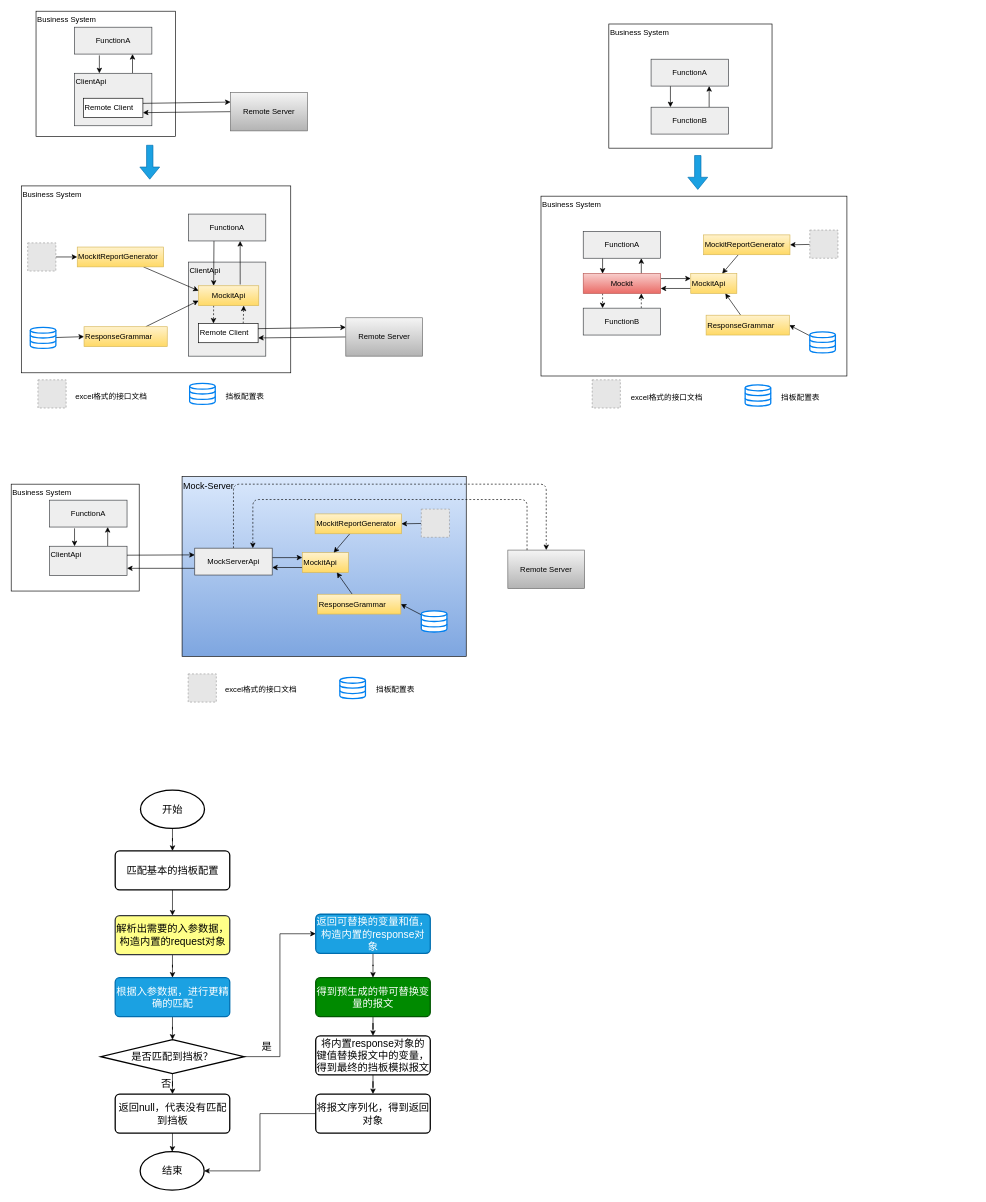
The draw.io diagram 挡板设计.drawio in staconfree/design, before the edit. Source tidied: cells renumbered, new cells numbered last; positions are measured from the earlier drawing's top-left corner, leaving out a move shared by most shapes. Both pictures are drawn from the tidied source at 64%, with x=0, y=0 at pixel (11, 11). Pictures stored in the file or linked from it are replaced by grey dashed boxes.
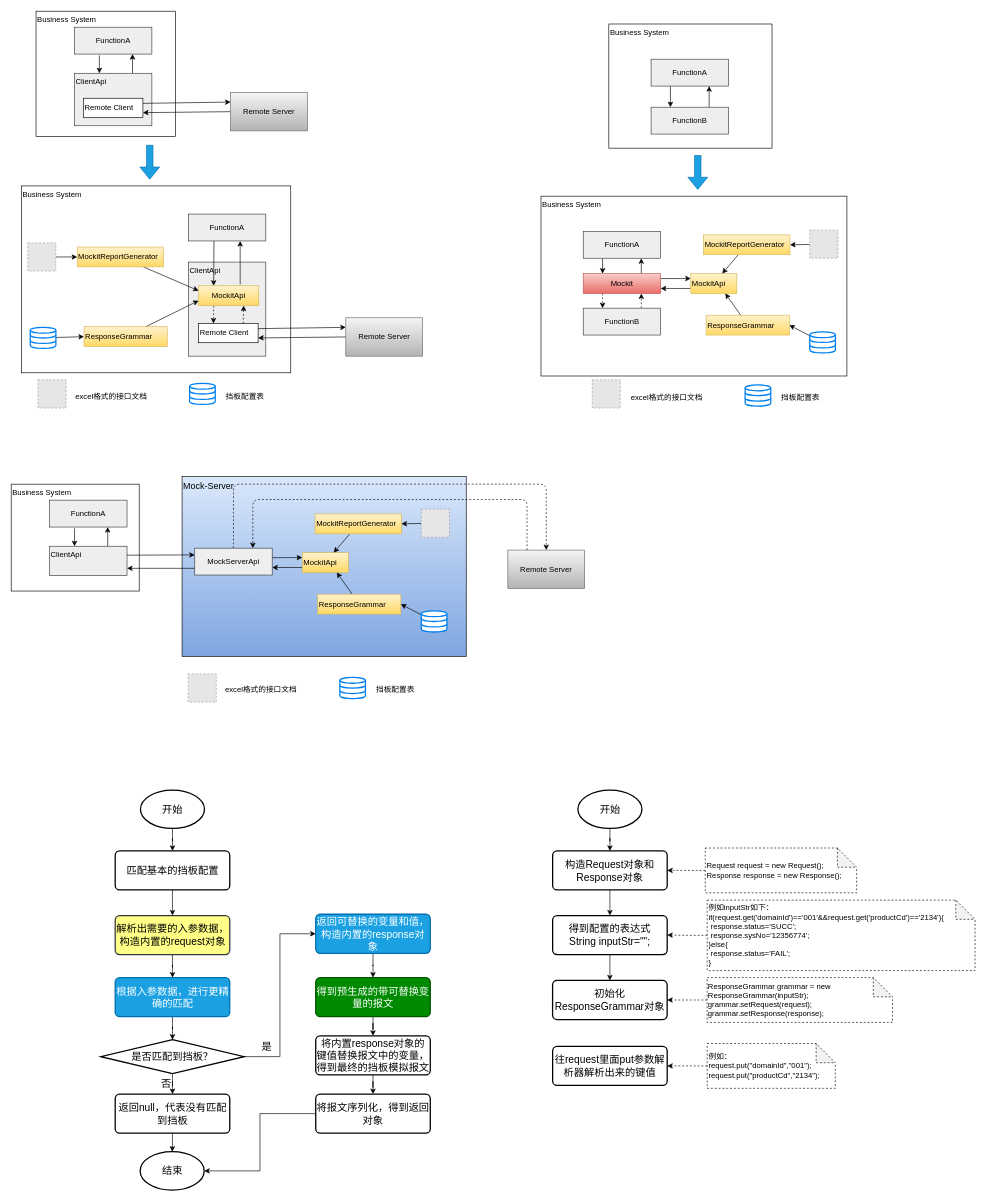
After the change.

Commit message (it also covers changes not shown here):
更新挡板设计.drawio

Change to the diagram source:
```diff
@@
+    <mxCell id="116" style="edgeStyle=orthogonalEdgeStyle;rounded=0;jettySize=auto;html=1;entryX=0.5;entryY=0;entryDx=0;entryDy=0;fontSize=16;" parent="1" edge="1" source="117" target="119">
+      <mxGeometry relative="1" as="geometry" />
+    </mxCell>
+    <mxCell id="117" value="开始" style="strokeWidth=2;html=1;shape=mxgraph.flowchart.start_1;whiteSpace=wrap;fontSize=16;" parent="1" vertex="1">
+      <mxGeometry x="885.5" y="1217" width="100" height="60" as="geometry" />
+    </mxCell>
+    <mxCell id="118" style="edgeStyle=orthogonalEdgeStyle;rounded=0;jettySize=auto;html=1;entryX=0.5;entryY=0;entryDx=0;entryDy=0;" parent="1" edge="1" source="119" target="121">
+      <mxGeometry relative="1" as="geometry" />
+    </mxCell>
+    <mxCell id="119" value="构造Request对象和Response对象&lt;br&gt;" style="rounded=1;whiteSpace=wrap;html=1;absoluteArcSize=1;arcSize=14;strokeWidth=2;fontSize=16;" parent="1" vertex="1">
+      <mxGeometry x="846" y="1312" width="179" height="61" as="geometry" />
+    </mxCell>
+    <mxCell id="120" style="edgeStyle=orthogonalEdgeStyle;rounded=0;jettySize=auto;html=1;entryX=0.5;entryY=0;entryDx=0;entryDy=0;" parent="1" edge="1" source="121" target="129">
+      <mxGeometry relative="1" as="geometry" />
+    </mxCell>
+    <mxCell id="121" value="得到配置的表达式&lt;br&gt;String inputStr=&quot;&quot;;" style="rounded=1;whiteSpace=wrap;html=1;absoluteArcSize=1;arcSize=14;strokeWidth=2;fontSize=16;" parent="1" vertex="1">
+      <mxGeometry x="846" y="1413" width="179" height="61" as="geometry" />
+    </mxCell>
+    <mxCell id="122" style="edgeStyle=orthogonalEdgeStyle;rounded=0;jettySize=auto;html=1;entryX=1;entryY=0.5;entryDx=0;entryDy=0;dashed=1;" parent="1" edge="1" source="123" target="121">
+      <mxGeometry relative="1" as="geometry" />
+    </mxCell>
+    <mxCell id="123" value="例如inputStr如下：&lt;br&gt;if(request.get('domainId')=='001'&amp;amp;&amp;amp;request.get('productCd')=='2134'){&lt;br&gt;&amp;nbsp;response.status='SUCC';&lt;br&gt;&amp;nbsp;response.sysNo='12356774';&lt;br&gt;}else{&lt;br&gt;&amp;nbsp;response.status='FAIL';&lt;br&gt;}" style="shape=note;whiteSpace=wrap;html=1;backgroundOutline=1;darkOpacity=0.05;dashed=1;align=left;" parent="1" vertex="1">
+      <mxGeometry x="1087.5" y="1389" width="418.5" height="110" as="geometry" />
+    </mxCell>
+    <mxCell id="124" style="edgeStyle=orthogonalEdgeStyle;rounded=0;jettySize=auto;html=1;entryX=1;entryY=0.5;entryDx=0;entryDy=0;dashed=1;" parent="1" edge="1" source="125" target="119">
+      <mxGeometry relative="1" as="geometry" />
+    </mxCell>
+    <mxCell id="125" value="Request request = new Request();&lt;br&gt;Response response = new Response();" style="shape=note;whiteSpace=wrap;html=1;backgroundOutline=1;darkOpacity=0.05;dashed=1;align=left;" parent="1" vertex="1">
+      <mxGeometry x="1084.5" y="1307.5" width="236.5" height="70" as="geometry" />
+    </mxCell>
+    <mxCell id="126" value="往request里面put参数解析器解析出来的键值&lt;br&gt;" style="rounded=1;whiteSpace=wrap;html=1;absoluteArcSize=1;arcSize=14;strokeWidth=2;fontSize=16;" parent="1" vertex="1">
+      <mxGeometry x="846" y="1617.5" width="179" height="61" as="geometry" />
+    </mxCell>
+    <mxCell id="127" style="edgeStyle=orthogonalEdgeStyle;rounded=0;jettySize=auto;html=1;entryX=1;entryY=0.5;entryDx=0;entryDy=0;dashed=1;" parent="1" edge="1" source="128" target="126">
+      <mxGeometry relative="1" as="geometry" />
+    </mxCell>
+    <mxCell id="128" value="例如：&lt;br&gt;request.put(&quot;domainId&quot;,&quot;001&quot;);&lt;br&gt;request.put(&quot;productCd&quot;,&quot;2134&quot;);" style="shape=note;whiteSpace=wrap;html=1;backgroundOutline=1;darkOpacity=0.05;dashed=1;align=left;" parent="1" vertex="1">
+      <mxGeometry x="1087.5" y="1613" width="200.2" height="70" as="geometry" />
+    </mxCell>
+    <mxCell id="129" value="初始化ResponseGrammar对象" style="rounded=1;whiteSpace=wrap;html=1;absoluteArcSize=1;arcSize=14;strokeWidth=2;fontSize=16;" parent="1" vertex="1">
+      <mxGeometry x="845.9" y="1514.5" width="179" height="61" as="geometry" />
+    </mxCell>
+    <mxCell id="130" style="edgeStyle=orthogonalEdgeStyle;rounded=0;jettySize=auto;html=1;entryX=1;entryY=0.5;entryDx=0;entryDy=0;dashed=1;" parent="1" edge="1" source="131" target="129">
+      <mxGeometry relative="1" as="geometry" />
+    </mxCell>
+    <mxCell id="131" value="ResponseGrammar grammar = new ResponseGrammar(inputStr);&lt;br&gt;grammar.setRequest(request);&lt;br&gt;grammar.setResponse(response);" style="shape=note;whiteSpace=wrap;html=1;backgroundOutline=1;darkOpacity=0.05;dashed=1;align=left;" parent="1" vertex="1">
+      <mxGeometry x="1087.4" y="1510" width="289.6" height="70" as="geometry" />
+    </mxCell>
```
